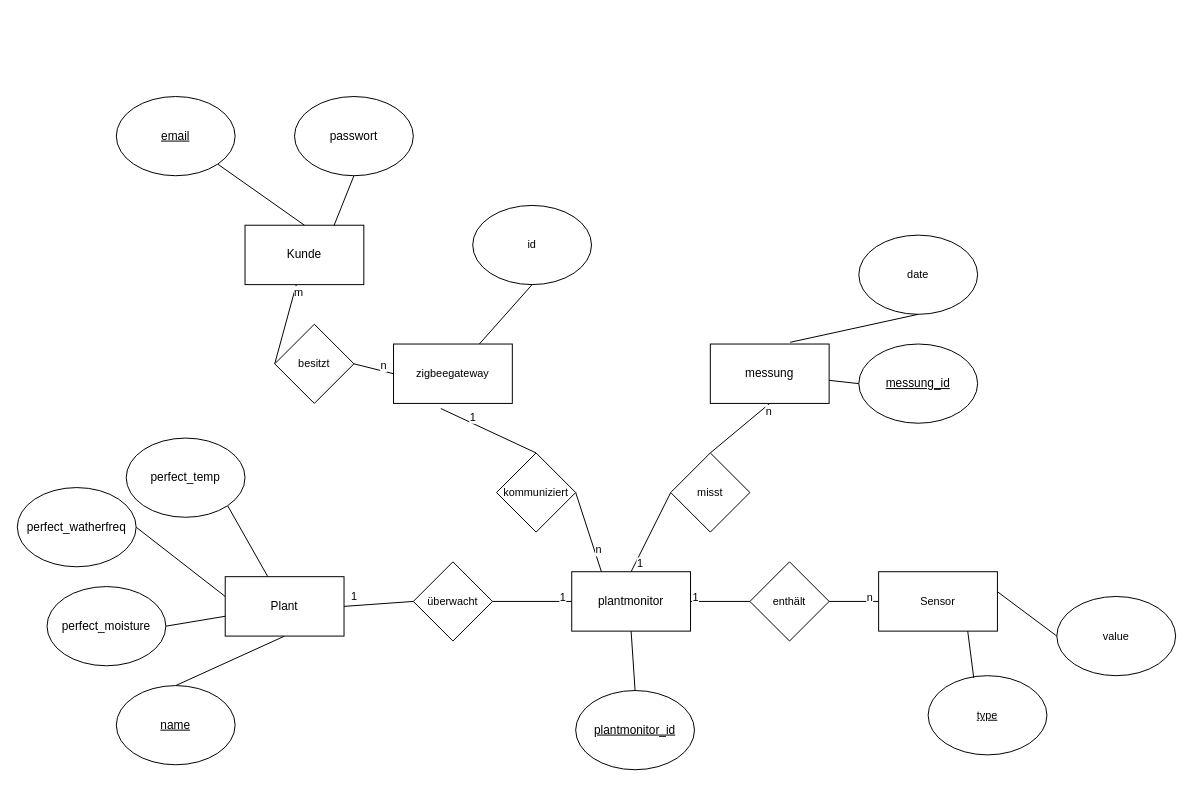
Above: assets/datenbank.drawio in Jakoubs/plamo (draw.io), before the change. Source tidied: cells renumbered, new cells numbered last; positions are measured from the earlier drawing's top-left corner, leaving out a move shared by most shapes. Both pictures are drawn from the tidied source at 99%, with x=0, y=0 at pixel (17, 96).
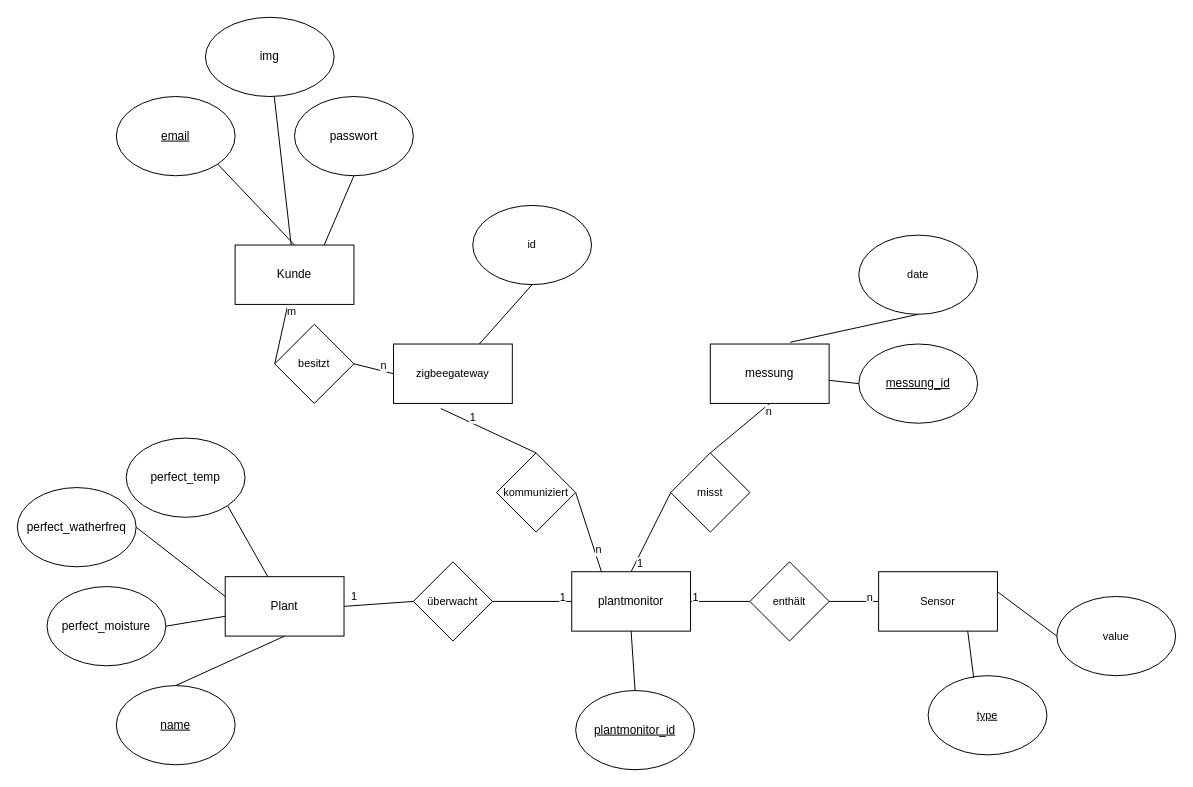
The same diagram, later.

Change to the diagram source:
```diff
@@
+    <mxCell id="57" style="rounded=0;jettySize=auto;html=1;endArrow=none;endFill=0;" parent="1" edge="1" source="2" target="58">
+      <mxGeometry relative="1" as="geometry" />
+    </mxCell>
     <mxCell id="2" value="Kunde" style="rounded=0;whiteSpace=wrap;html=1;" parent="1" vertex="1">
-      <mxGeometry x="230" y="130" width="120" height="60" as="geometry" />
+      <mxGeometry x="220" y="150" width="120" height="60" as="geometry" />
     </mxCell>
@@
+    <mxCell id="58" value="img" style="ellipse;whiteSpace=wrap;html=1;rounded=0;" parent="1" vertex="1">
+      <mxGeometry x="190" y="-80" width="130" height="80" as="geometry" />
+    </mxCell>
```
